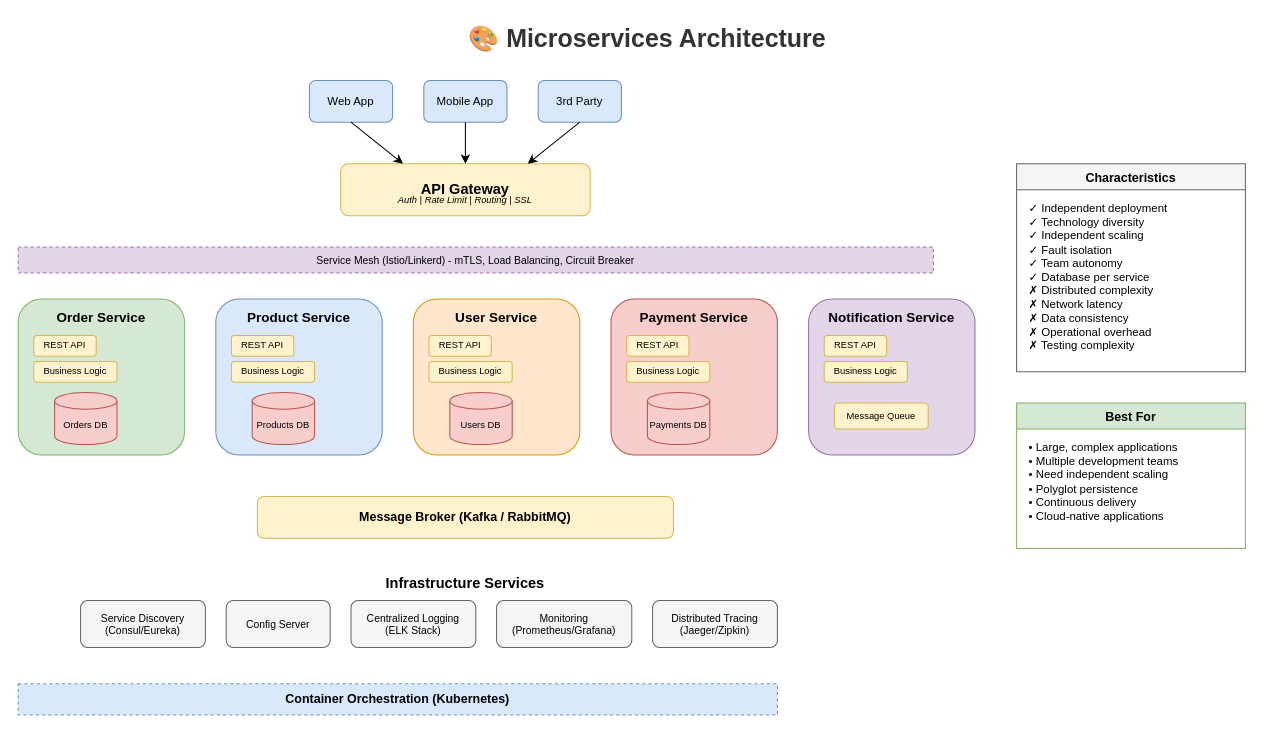
Earlier version of the draw.io diagram lesson-01-software-design-architecture/diagrams/2.2-microservices-architecture.drawio (MrParkerZ7/document-lesson-software-architect-x-claude). Source tidied: cells renumbered, new cells numbered last; positions are measured from the earlier drawing's top-left corner, leaving out a move shared by most shapes. Both pictures are drawn from the tidied source at 104%, with x=0, y=0 at pixel (18, 18).
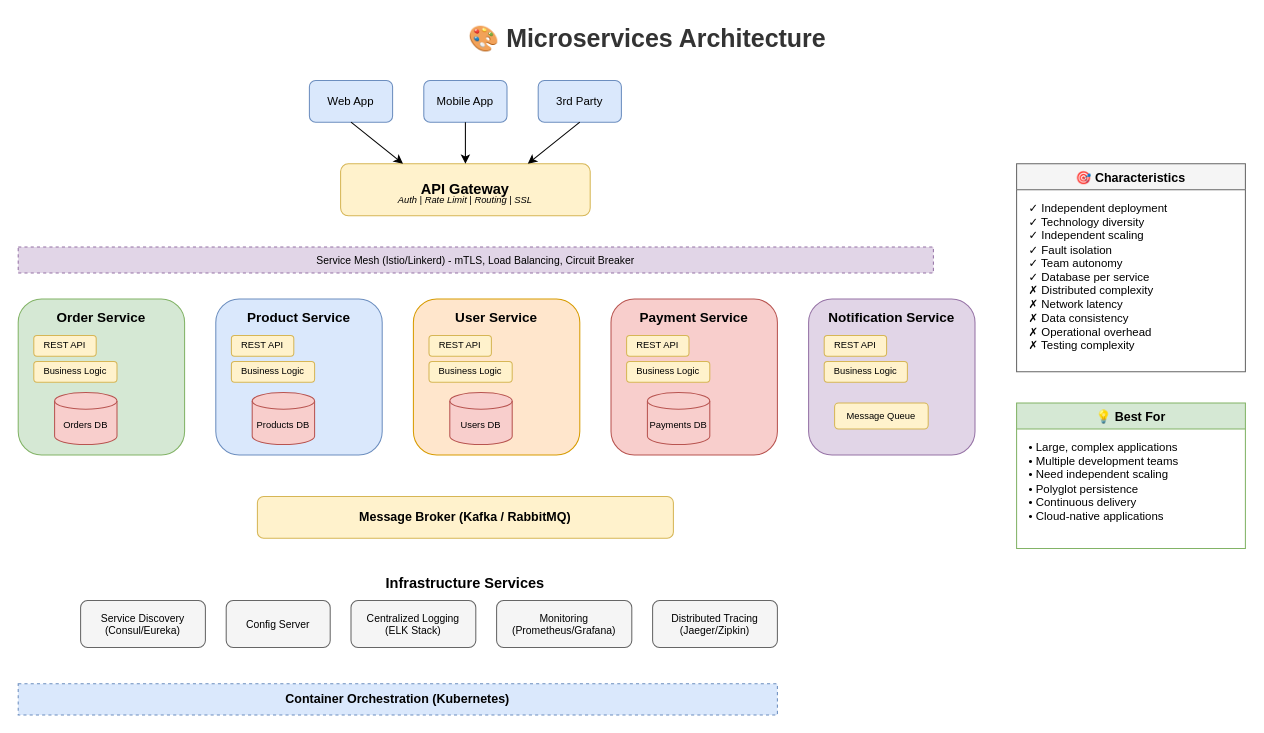
After the change.

What changed in the source:
```diff
@@
-    <mxCell id="45" value="Characteristics" style="swimlane;fontStyle=1;align=center;verticalAlign=top;horizontal=1;startSize=25;fillColor=#f5f5f5;strokeColor=#666666;" parent="1" vertex="1">
+    <mxCell id="45" value="🎯 Characteristics" style="swimlane;fontStyle=1;align=center;verticalAlign=top;horizontal=1;startSize=25;fillColor=#f5f5f5;strokeColor=#666666;" parent="1" vertex="1">
       <mxGeometry x="960" y="140" width="220" height="200" as="geometry" />
     </mxCell>
@@
-    <mxCell id="47" value="Best For" style="swimlane;fontStyle=1;align=center;verticalAlign=top;horizontal=1;startSize=25;fillColor=#d5e8d4;strokeColor=#82b366;" parent="1" vertex="1">
+    <mxCell id="47" value="💡 Best For" style="swimlane;fontStyle=1;align=center;verticalAlign=top;horizontal=1;startSize=25;fillColor=#d5e8d4;strokeColor=#82b366;" parent="1" vertex="1">
       <mxGeometry x="960" y="370" width="220" height="140" as="geometry" />
     </mxCell>
```
